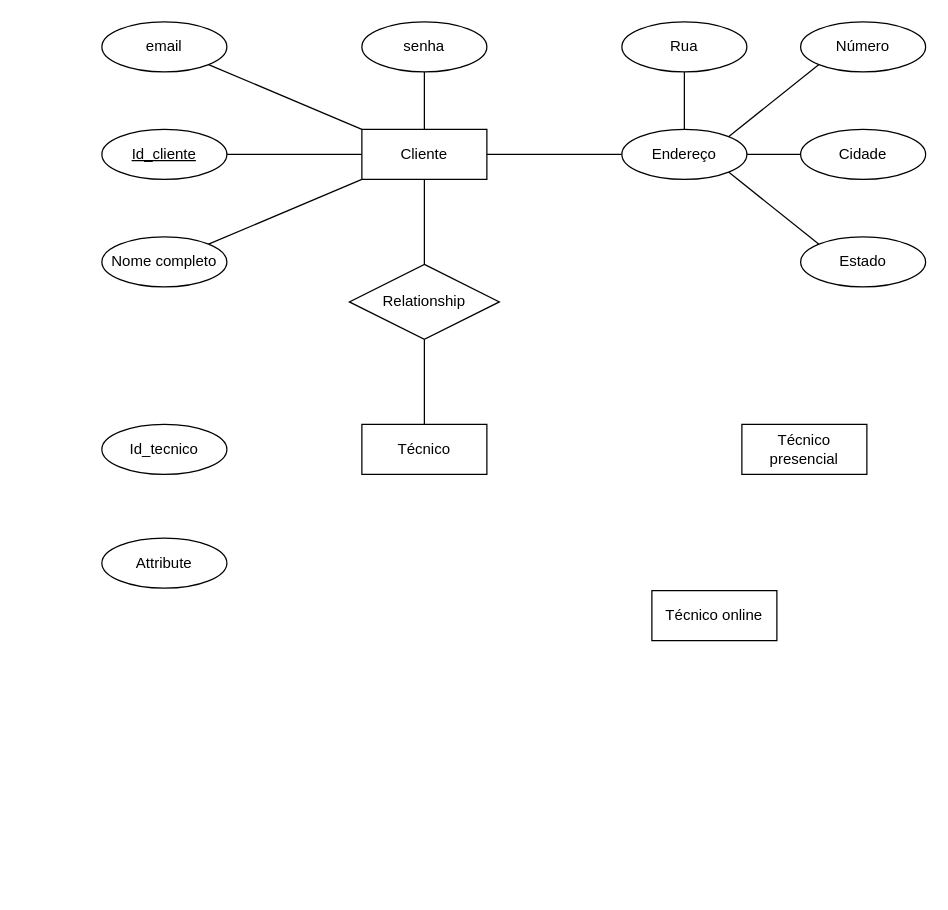
felipepmoreno/Tech-assistanceSoftware keeps this draw.io diagram as page "Diagrama ER" (2 of 4) of Project diagrams and requirements/Tech assistance.drawio. Above is the earlier version. Source tidied: cells renumbered, new cells numbered last; positions are measured from the earlier drawing's top-left corner, leaving out a move shared by most shapes. Both pictures are drawn from the tidied source at 125%, with x=0, y=0 at pixel (101, 21).
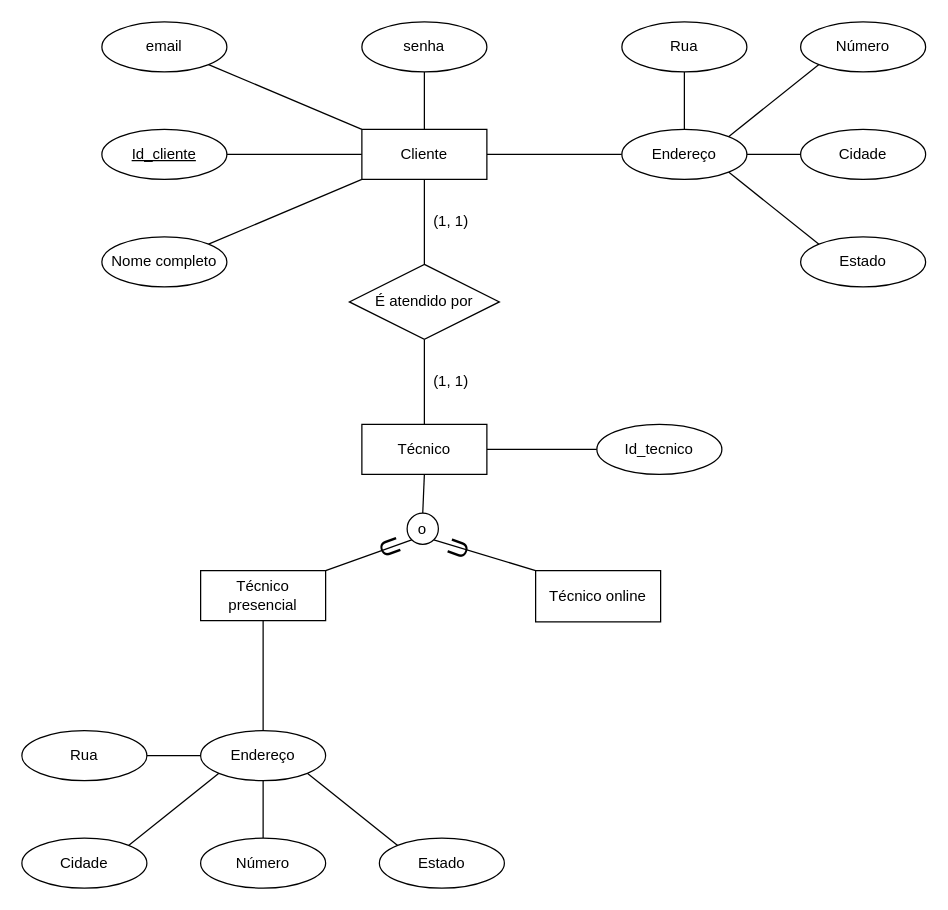
After the change.

The change refers to these unchanged cells:
```xml
<mxCell id="17" value="Técnico" style="whiteSpace=wrap;html=1;align=center;" parent="1" vertex="1">
  <mxGeometry x="208" y="322" width="100" height="40" as="geometry" />
</mxCell>
```

Change to the diagram source:
```diff
@@
+    <mxCell id="29" style="edgeStyle=none;rounded=0;jettySize=auto;html=1;exitX=1;exitY=0.5;exitDx=0;exitDy=0;entryX=0;entryY=0.5;entryDx=0;entryDy=0;endArrow=none;endFill=0;" parent="1" edge="1" source="17" target="26">
+      <mxGeometry relative="1" as="geometry" />
+    </mxCell>
+    <mxCell id="30" style="edgeStyle=none;rounded=0;jettySize=auto;html=1;exitX=0.5;exitY=1;exitDx=0;exitDy=0;entryX=0.5;entryY=0;entryDx=0;entryDy=0;endArrow=none;endFill=0;" parent="1" edge="1" source="17" target="35">
+      <mxGeometry relative="1" as="geometry" />
+    </mxCell>
@@
+    <mxCell id="31" style="edgeStyle=none;rounded=0;jettySize=auto;html=1;exitX=1;exitY=0;exitDx=0;exitDy=0;endArrow=none;endFill=0;entryX=0;entryY=1;entryDx=0;entryDy=0;" parent="1" edge="1" source="18" target="35">
+      <mxGeometry relative="1" as="geometry" />
+    </mxCell>
     <mxCell id="18" value="Técnico presencial" style="whiteSpace=wrap;html=1;align=center;" parent="1" vertex="1">
-      <mxGeometry x="512" y="322" width="100" height="40" as="geometry" />
+      <mxGeometry x="79" y="439" width="100" height="40" as="geometry" />
     </mxCell>
@@
-    <mxCell id="25" value="Relationship" style="shape=rhombus;perimeter=rhombusPerimeter;whiteSpace=wrap;html=1;align=center;" parent="1" vertex="1">
+    <mxCell id="25" value="É atendido por" style="shape=rhombus;perimeter=rhombusPerimeter;whiteSpace=wrap;html=1;align=center;" parent="1" vertex="1">
       <mxGeometry x="198" y="194" width="120" height="60" as="geometry" />
     </mxCell>
     <mxCell id="26" value="Id_tecnico" style="ellipse;whiteSpace=wrap;html=1;align=center;" parent="1" vertex="1">
-      <mxGeometry y="322" width="100" height="40" as="geometry" />
+      <mxGeometry x="396" y="322" width="100" height="40" as="geometry" />
     </mxCell>
-    <mxCell id="27" value="Attribute" style="ellipse;whiteSpace=wrap;html=1;align=center;" parent="1" vertex="1">
-      <mxGeometry y="413" width="100" height="40" as="geometry" />
-    </mxCell>
+    <mxCell id="32" style="edgeStyle=none;rounded=0;jettySize=auto;html=1;exitX=0;exitY=0;exitDx=0;exitDy=0;entryX=1;entryY=1;entryDx=0;entryDy=0;endArrow=none;endFill=0;" parent="1" edge="1" source="28" target="35">
+      <mxGeometry relative="1" as="geometry" />
+    </mxCell>
     <mxCell id="28" value="Técnico online" style="whiteSpace=wrap;html=1;align=center;" parent="1" vertex="1">
-      <mxGeometry x="440" y="455" width="100" height="40" as="geometry" />
+      <mxGeometry x="347" y="439" width="100" height="41" as="geometry" />
     </mxCell>
+    <mxCell id="33" value="(1, 1)" style="text;html=1;align=center;verticalAlign=middle;" parent="1" vertex="1">
+      <mxGeometry x="260" y="151" width="38" height="18" as="geometry" />
+    </mxCell>
+    <mxCell id="34" value="(1, 1)" style="text;html=1;align=center;verticalAlign=middle;" parent="1" vertex="1">
+      <mxGeometry x="260" y="279" width="38" height="18" as="geometry" />
+    </mxCell>
+    <mxCell id="35" value="o" style="ellipse;whiteSpace=wrap;html=1;" parent="1" vertex="1">
+      <mxGeometry x="244.2" y="393" width="25" height="25" as="geometry" />
+    </mxCell>
+    <mxCell id="36" value="U" style="text;html=1;align=center;verticalAlign=middle;fontSize=21;rotation=-70;" parent="1" vertex="1">
+      <mxGeometry x="271.8" y="407" width="25" height="29" as="geometry" />
+    </mxCell>
+    <mxCell id="37" value="U" style="text;html=1;align=center;verticalAlign=middle;fontSize=21;rotation=70;" parent="1" vertex="1">
+      <mxGeometry x="219.2" y="405" width="25" height="29" as="geometry" />
+    </mxCell>
+    <mxCell id="38" style="edgeStyle=none;rounded=0;jettySize=auto;html=1;exitX=0;exitY=1;exitDx=0;exitDy=0;entryX=1;entryY=0;entryDx=0;entryDy=0;endArrow=none;endFill=0;" parent="1" edge="1" source="43" target="46">
+      <mxGeometry relative="1" as="geometry" />
+    </mxCell>
+    <mxCell id="39" style="edgeStyle=none;rounded=0;jettySize=auto;html=1;exitX=0;exitY=0.5;exitDx=0;exitDy=0;entryX=1;entryY=0.5;entryDx=0;entryDy=0;endArrow=none;endFill=0;" parent="1" edge="1" source="43" target="44">
+      <mxGeometry relative="1" as="geometry" />
+    </mxCell>
+    <mxCell id="40" style="edgeStyle=none;rounded=0;jettySize=auto;html=1;exitX=0.5;exitY=1;exitDx=0;exitDy=0;entryX=0.5;entryY=0;entryDx=0;entryDy=0;endArrow=none;endFill=0;" parent="1" edge="1" source="43" target="45">
+      <mxGeometry relative="1" as="geometry" />
+    </mxCell>
+    <mxCell id="41" style="edgeStyle=none;rounded=0;jettySize=auto;html=1;exitX=1;exitY=1;exitDx=0;exitDy=0;entryX=0;entryY=0;entryDx=0;entryDy=0;endArrow=none;endFill=0;" parent="1" edge="1" source="43" target="47">
+      <mxGeometry relative="1" as="geometry" />
+    </mxCell>
+    <mxCell id="42" style="edgeStyle=none;rounded=0;jettySize=auto;html=1;exitX=0.5;exitY=0;exitDx=0;exitDy=0;entryX=0.5;entryY=1;entryDx=0;entryDy=0;endArrow=none;endFill=0;" parent="1" edge="1" source="43" target="18">
+      <mxGeometry relative="1" as="geometry" />
+    </mxCell>
+    <mxCell id="43" value="Endereço" style="ellipse;whiteSpace=wrap;html=1;align=center;" parent="1" vertex="1">
+      <mxGeometry x="79" y="567" width="100" height="40" as="geometry" />
+    </mxCell>
+    <mxCell id="44" value="Rua" style="ellipse;whiteSpace=wrap;html=1;align=center;" parent="1" vertex="1">
+      <mxGeometry x="-64" y="567" width="100" height="40" as="geometry" />
+    </mxCell>
+    <mxCell id="45" value="Número" style="ellipse;whiteSpace=wrap;html=1;align=center;" parent="1" vertex="1">
+      <mxGeometry x="79" y="653" width="100" height="40" as="geometry" />
+    </mxCell>
+    <mxCell id="46" value="Cidade" style="ellipse;whiteSpace=wrap;html=1;align=center;" parent="1" vertex="1">
+      <mxGeometry x="-64" y="653" width="100" height="40" as="geometry" />
+    </mxCell>
+    <mxCell id="47" value="Estado" style="ellipse;whiteSpace=wrap;html=1;align=center;" parent="1" vertex="1">
+      <mxGeometry x="222" y="653" width="100" height="40" as="geometry" />
+    </mxCell>
```
